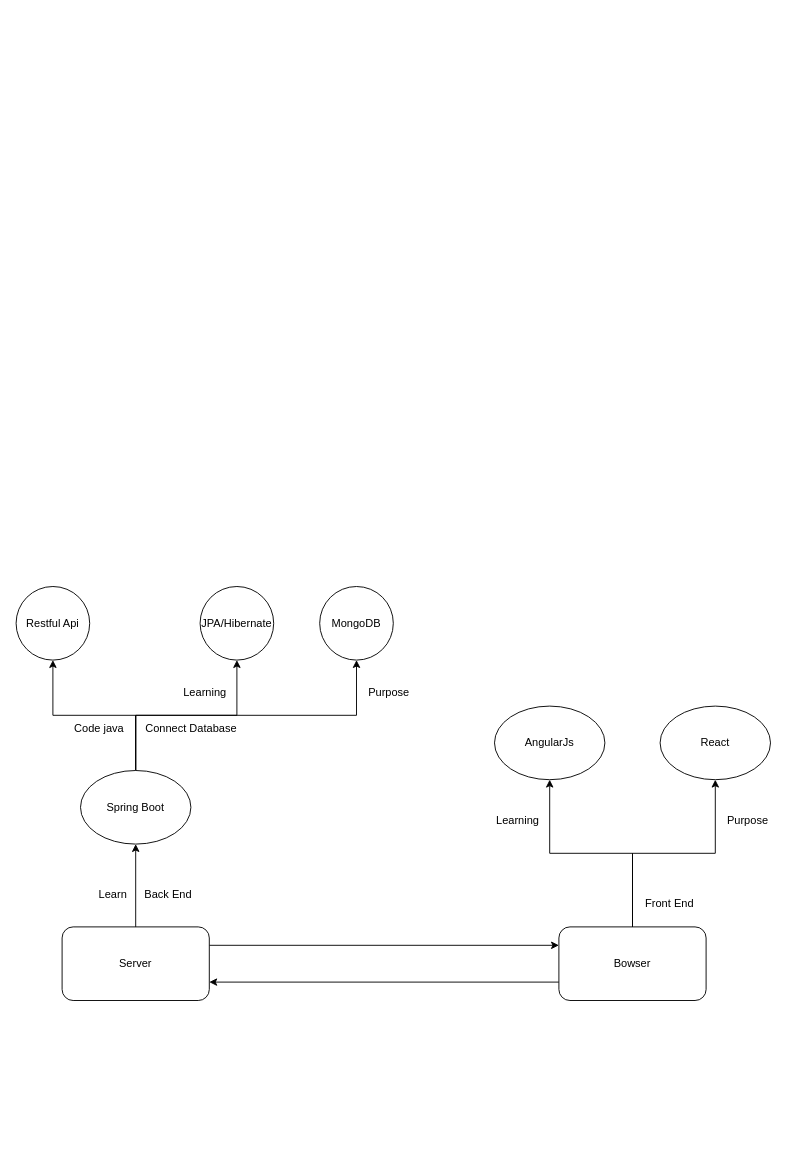
Above: Learn Path Develop Web.drawio in TuanDoan247/Avanced-Knowlege-Web (draw.io), before the change. Source tidied: cells renumbered, new cells numbered last; positions are measured from the earlier drawing's top-left corner, leaving out a move shared by most shapes. Both pictures are drawn from the tidied source at 92%, with x=0, y=0 at pixel (16, 586).
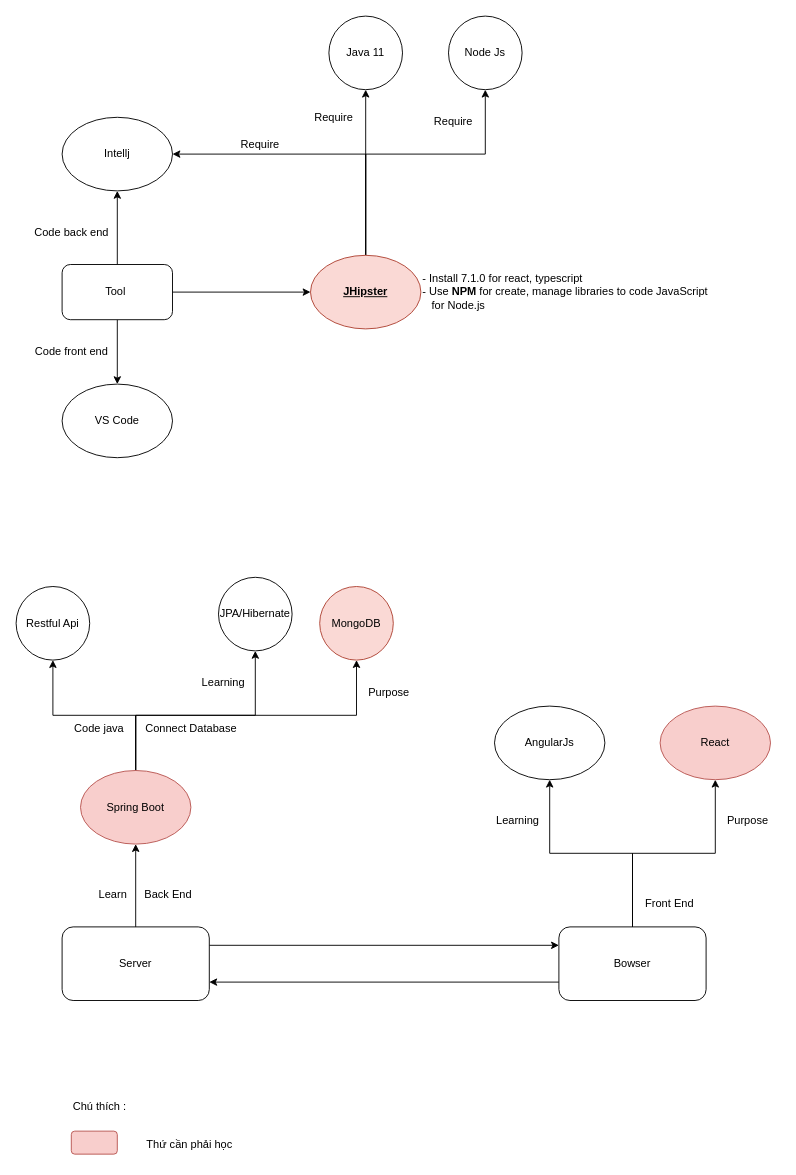
Above is the later version.

The edit, as a diff of the source:
```diff
@@
     <mxCell id="10" style="edgeStyle=orthogonalEdgeStyle;rounded=0;jettySize=auto;html=1;entryX=0.5;entryY=1;entryDx=0;entryDy=0;" parent="1" edge="1" source="12" target="15">
       <mxGeometry relative="1" as="geometry">
         <Array as="points">
           <mxPoint x="130" y="140" />
-          <mxPoint x="240" y="140" />
+          <mxPoint x="260" y="140" />
         </Array>
       </mxGeometry>
     </mxCell>
@@
-    <mxCell id="12" value="Spring Boot" style="ellipse;whiteSpace=wrap;html=1;" parent="1" vertex="1">
+    <mxCell id="12" value="Spring Boot" style="ellipse;whiteSpace=wrap;html=1;fillColor=#f8cecc;strokeColor=#b85450;" parent="1" vertex="1">
       <mxGeometry x="70" y="200" width="120" height="80" as="geometry" />
     </mxCell>
@@
     <mxCell id="15" value="JPA/Hibernate" style="ellipse;whiteSpace=wrap;html=1;" parent="1" vertex="1">
-      <mxGeometry x="200" width="80" height="80" as="geometry" />
+      <mxGeometry x="220" y="-10" width="80" height="80" as="geometry" />
     </mxCell>
@@
-    <mxCell id="18" value="React" style="ellipse;whiteSpace=wrap;html=1;" parent="1" vertex="1">
+    <mxCell id="18" value="React" style="ellipse;whiteSpace=wrap;html=1;fillColor=#f8cecc;strokeColor=#b85450;" parent="1" vertex="1">
       <mxGeometry x="700" y="130" width="120" height="80" as="geometry" />
     </mxCell>
@@
     <mxCell id="21" value="Learning" style="text;html=1;align=center;verticalAlign=middle;strokeColor=none;fillColor=none;" parent="1" vertex="1">
-      <mxGeometry x="170" y="100" width="70" height="30" as="geometry" />
+      <mxGeometry x="190" y="90" width="70" height="30" as="geometry" />
     </mxCell>
@@
-    <mxCell id="23" value="MongoDB" style="ellipse;whiteSpace=wrap;html=1;" parent="1" vertex="1">
+    <mxCell id="23" value="MongoDB" style="ellipse;whiteSpace=wrap;html=1;fillColor=#fad9d5;strokeColor=#ae4132;" parent="1" vertex="1">
       <mxGeometry x="330" width="80" height="80" as="geometry" />
     </mxCell>
@@
+    <mxCell id="27" style="rounded=1;whiteSpace=wrap;html=1;fillColor=#f8cecc;strokeColor=#b85450;" parent="1" vertex="1">
+      <mxGeometry x="60" y="592" width="50" height="25" as="geometry" />
+    </mxCell>
+    <mxCell id="28" value="Chú thích :" style="text;html=1;align=left;verticalAlign=middle;strokeColor=none;fillColor=none;" parent="1" vertex="1">
+      <mxGeometry x="60" y="550" width="80" height="30" as="geometry" />
+    </mxCell>
+    <mxCell id="29" value="Thứ cần phải học&amp;nbsp;" style="text;html=1;align=left;verticalAlign=middle;strokeColor=none;fillColor=none;" parent="1" vertex="1">
+      <mxGeometry x="140" y="592" width="120" height="30" as="geometry" />
+    </mxCell>
+    <mxCell id="30" style="edgeStyle=orthogonalEdgeStyle;rounded=0;jettySize=auto;html=1;entryX=0.5;entryY=1;entryDx=0;entryDy=0;" parent="1" edge="1" source="33" target="34">
+      <mxGeometry relative="1" as="geometry" />
+    </mxCell>
+    <mxCell id="31" style="edgeStyle=orthogonalEdgeStyle;rounded=0;jettySize=auto;html=1;entryX=0.5;entryY=0;entryDx=0;entryDy=0;" parent="1" edge="1" source="33" target="36">
+      <mxGeometry relative="1" as="geometry" />
+    </mxCell>
+    <mxCell id="32" style="edgeStyle=orthogonalEdgeStyle;rounded=0;jettySize=auto;html=1;entryX=0;entryY=0.5;entryDx=0;entryDy=0;" parent="1" edge="1" source="33" target="41">
+      <mxGeometry relative="1" as="geometry" />
+    </mxCell>
+    <mxCell id="33" value="Tool&amp;nbsp;" style="rounded=1;whiteSpace=wrap;html=1;" parent="1" vertex="1">
+      <mxGeometry x="50" y="-350" width="120" height="60" as="geometry" />
+    </mxCell>
+    <mxCell id="34" value="Intellj&lt;br&gt;" style="ellipse;whiteSpace=wrap;html=1;" parent="1" vertex="1">
+      <mxGeometry x="50" y="-510" width="120" height="80" as="geometry" />
+    </mxCell>
+    <mxCell id="35" value="Code back end" style="text;html=1;align=center;verticalAlign=middle;strokeColor=none;fillColor=none;" parent="1" vertex="1">
+      <mxGeometry x="10" y="-400" width="100" height="30" as="geometry" />
+    </mxCell>
+    <mxCell id="36" value="VS Code" style="ellipse;whiteSpace=wrap;html=1;" parent="1" vertex="1">
+      <mxGeometry x="50" y="-220" width="120" height="80" as="geometry" />
+    </mxCell>
+    <mxCell id="37" value="Code front end" style="text;html=1;align=center;verticalAlign=middle;strokeColor=none;fillColor=none;" parent="1" vertex="1">
+      <mxGeometry x="10" y="-270" width="100" height="30" as="geometry" />
+    </mxCell>
+    <mxCell id="38" style="edgeStyle=orthogonalEdgeStyle;rounded=0;jettySize=auto;html=1;entryX=1;entryY=0.5;entryDx=0;entryDy=0;" parent="1" edge="1" source="41" target="34">
+      <mxGeometry relative="1" as="geometry">
+        <Array as="points">
+          <mxPoint x="380" y="-470" />
+        </Array>
+      </mxGeometry>
+    </mxCell>
+    <mxCell id="39" style="edgeStyle=orthogonalEdgeStyle;rounded=0;jettySize=auto;html=1;entryX=0.5;entryY=1;entryDx=0;entryDy=0;" parent="1" edge="1" source="41" target="42">
+      <mxGeometry relative="1" as="geometry" />
+    </mxCell>
+    <mxCell id="40" style="edgeStyle=orthogonalEdgeStyle;rounded=0;jettySize=auto;html=1;entryX=0.5;entryY=1;entryDx=0;entryDy=0;" parent="1" edge="1" source="41" target="45">
+      <mxGeometry relative="1" as="geometry">
+        <Array as="points">
+          <mxPoint x="380" y="-470" />
+          <mxPoint x="510" y="-470" />
+        </Array>
+      </mxGeometry>
+    </mxCell>
+    <mxCell id="41" value="&lt;b&gt;&lt;u&gt;JHipster&lt;/u&gt;&lt;/b&gt;&lt;br&gt;" style="ellipse;whiteSpace=wrap;html=1;fillColor=#fad9d5;strokeColor=#ae4132;" parent="1" vertex="1">
+      <mxGeometry x="320" y="-360" width="120" height="80" as="geometry" />
+    </mxCell>
+    <mxCell id="42" value="Java 11" style="ellipse;whiteSpace=wrap;html=1;" parent="1" vertex="1">
+      <mxGeometry x="340" y="-620" width="80" height="80" as="geometry" />
+    </mxCell>
+    <mxCell id="43" value="Require" style="text;html=1;align=center;verticalAlign=middle;strokeColor=none;fillColor=none;" parent="1" vertex="1">
+      <mxGeometry x="230" y="-495" width="70" height="30" as="geometry" />
+    </mxCell>
+    <mxCell id="44" value="Require" style="text;html=1;align=center;verticalAlign=middle;strokeColor=none;fillColor=none;" parent="1" vertex="1">
+      <mxGeometry x="310" y="-525" width="70" height="30" as="geometry" />
+    </mxCell>
+    <mxCell id="45" value="Node Js" style="ellipse;whiteSpace=wrap;html=1;" parent="1" vertex="1">
+      <mxGeometry x="470" y="-620" width="80" height="80" as="geometry" />
+    </mxCell>
+    <mxCell id="46" value="Require" style="text;html=1;align=center;verticalAlign=middle;strokeColor=none;fillColor=none;" parent="1" vertex="1">
+      <mxGeometry x="440" y="-520" width="70" height="30" as="geometry" />
+    </mxCell>
+    <mxCell id="47" value="&lt;div style=&quot;&quot;&gt;&lt;span style=&quot;background-color: initial;&quot;&gt;-&amp;nbsp;&lt;/span&gt;&lt;span style=&quot;background-color: initial;&quot;&gt;Install 7.1.0 for react, typescript&lt;/span&gt;&lt;/div&gt;&lt;span style=&quot;&quot;&gt;&lt;div style=&quot;&quot;&gt;&lt;span style=&quot;background-color: initial;&quot;&gt;- Use &lt;b&gt;NPM &lt;/b&gt;for&amp;nbsp;&lt;/span&gt;&lt;span style=&quot;background-color: initial;&quot;&gt;create,&amp;nbsp;&lt;/span&gt;&lt;span style=&quot;background-color: initial;&quot;&gt;manage&amp;nbsp;libraries&amp;nbsp;to code JavaScript&amp;nbsp;&lt;/span&gt;&lt;/div&gt;&lt;div style=&quot;&quot;&gt;&lt;span style=&quot;background-color: initial;&quot;&gt;&amp;nbsp; &amp;nbsp;for Node.js&amp;nbsp;&lt;/span&gt;&lt;/div&gt;&lt;/span&gt;" style="text;html=1;align=left;verticalAlign=middle;strokeColor=none;fillColor=none;" parent="1" vertex="1">
+      <mxGeometry x="440" y="-350" width="340" height="60" as="geometry" />
+    </mxCell>
```
